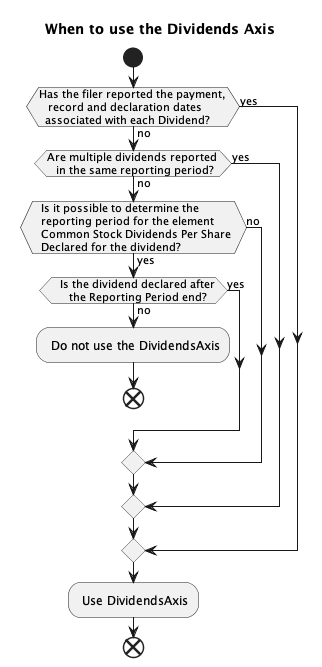
Above: guidance/out/rule-flowcharts/UseOfDividendsAxis/dividends_Per_Share.png in DataQualityCommittee/dqc_us_rules (PlantUML), before the change.
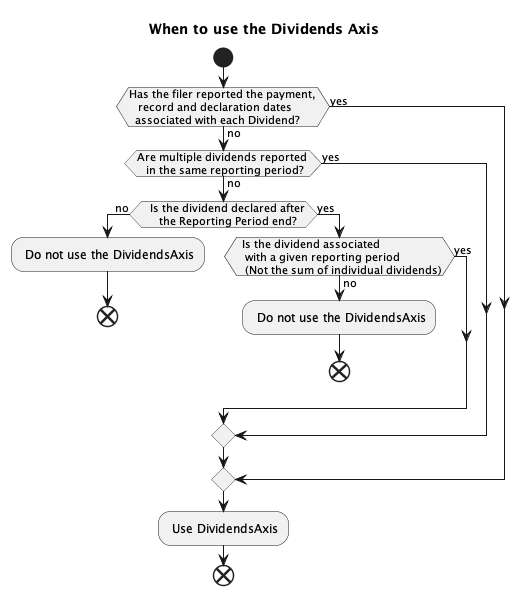
Above is the later version.

Diff of the diagram source:
```diff
@@ -11,10 +11,6 @@
    if (Are multiple dividends reported
    in the same reporting period?) then (no)
 
-      if (   Is it possible to determine the
-   reporting period for the element
-   Common Stock Dividends Per Share
-   Declared for the dividend?) then (yes)
 
       if (   Is the dividend declared after
       the Reporting Period end?) then (no)
@@ -23,12 +19,18 @@
       end
 
  else (yes)
+   if (  Is the dividend associated
+   with a given reporting period
+   (Not the sum of individual dividends)) then (no)
+   : Do not use the DividendsAxis;
+   end
+
+   else (yes)
+   endif
 
     endif
 
- else (no)
 
-    endif
 
  else (yes)
 
```
